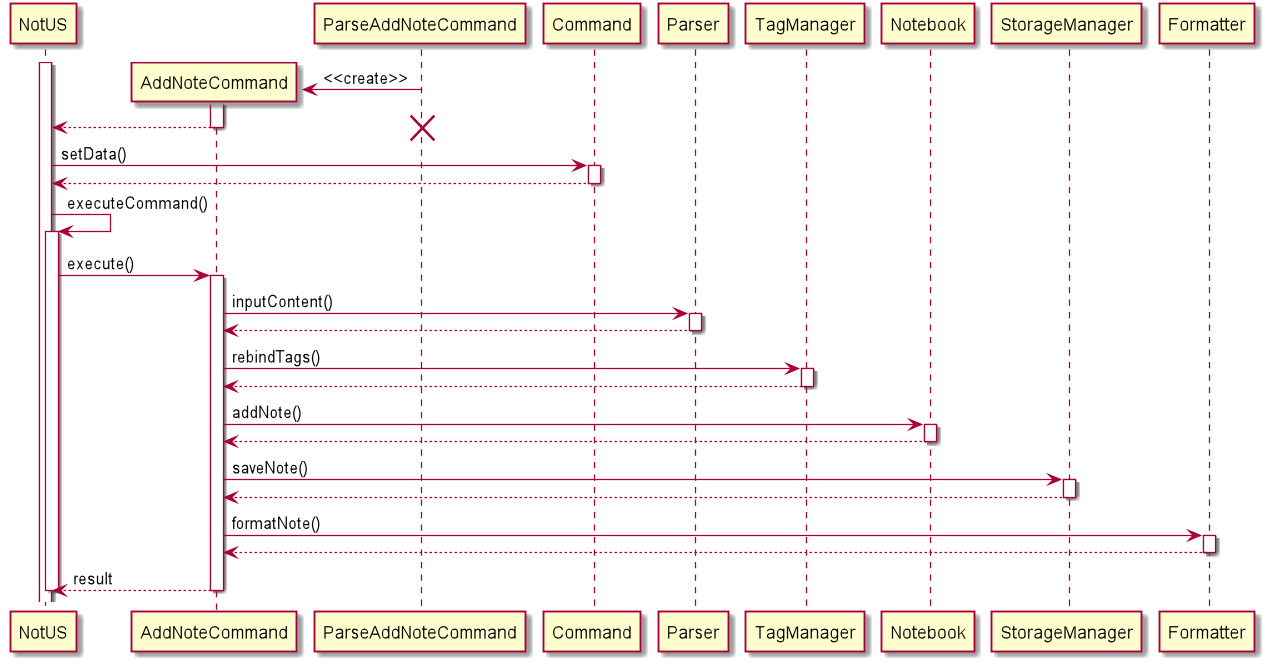
Earlier version of the PlantUML export docs/diagrams/out/AddNote_Sequence.png (nus-cs2113-AY2021S1/tp).
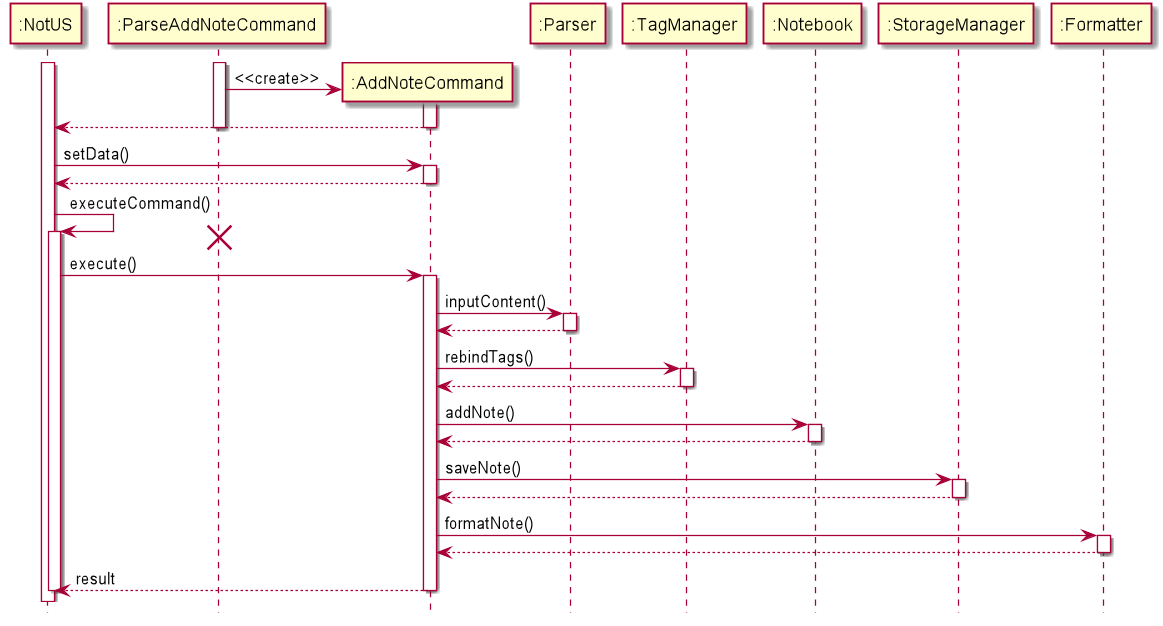
After the change.

Change to the diagram source:
```diff
@@ -1,26 +1,40 @@
 @startuml
+
+hide footbox
+
+participant ":NotUS" as NotUS
+participant ":ParseAddNoteCommand" as ParseAddNoteCommand
+participant ":AddNoteCommand" as AddNoteCommand
+participant ":Parser" as Parser
+participant ":TagManager" as TagManager
+participant ":Notebook" as Notebook
+participant ":StorageManager" as StorageManager
+participant ":Formatter" as Formatter
 
 activate NotUS
 
+create ParseAddNoteCommand
+activate ParseAddNoteCommand
+
 create AddNoteCommand
-
 ParseAddNoteCommand -> AddNoteCommand: <<create>>
 
 activate AddNoteCommand
 AddNoteCommand --> NotUS
 deactivate AddNoteCommand
+deactivate ParseAddNoteCommand
 
 deactivate ParseAddNoteCommand
 
-destroy ParseAddNoteCommand
+NotUS -> AddNoteCommand: setData()
 
-NotUS -> Command: setData()
-
-activate Command
-Command --> NotUS
-deactivate Command
+activate AddNoteCommand
+AddNoteCommand --> NotUS
+deactivate AddNoteCommand
 
 NotUS -> NotUS: executeCommand()
+
+destroy ParseAddNoteCommand
 activate NotUS
 NotUS -> AddNoteCommand: execute()
 
```
